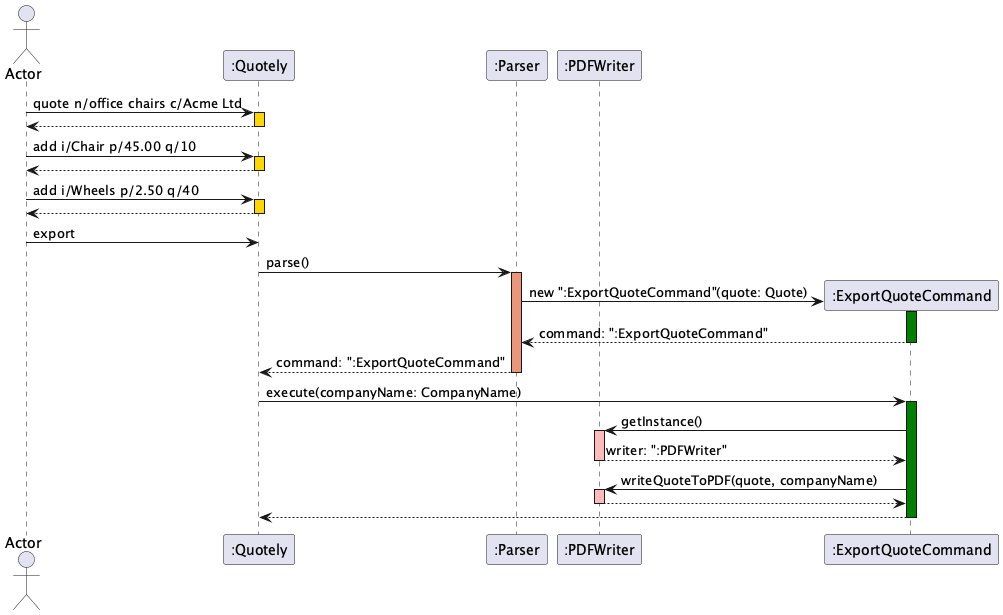
This is docs/src/ExportFeature.png from Tanjy55/tp, a PlantUML export, as it was before one commit.
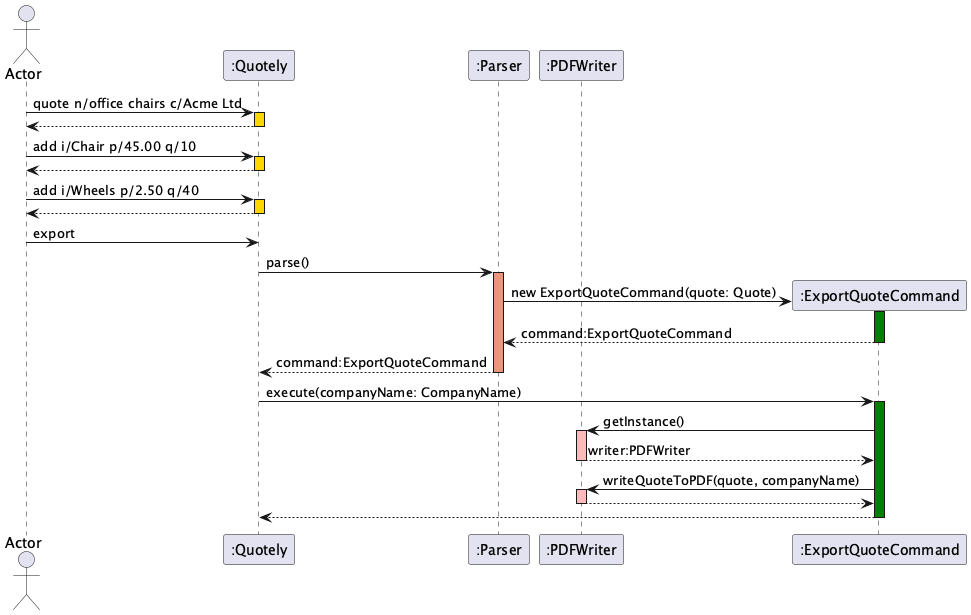
Above is the later version.

Change to the diagram source:
```diff
@@ -18,15 +18,15 @@
 
 ":Quotely" -> ":Parser" ++ #DarkSalmon: parse()
 
-":Parser" -> ":ExportQuoteCommand" **: new ":ExportQuoteCommand"(quote: Quote)
+":Parser" -> ":ExportQuoteCommand" **: new ExportQuoteCommand(quote: Quote)
 activate ":ExportQuoteCommand" #Green
-return command: ":ExportQuoteCommand"
+return command:ExportQuoteCommand
 
-return command: ":ExportQuoteCommand"
+return command:ExportQuoteCommand
 
 ":Quotely" -> ":ExportQuoteCommand" ++ #Green: execute(companyName: CompanyName)
 ":ExportQuoteCommand" -> ":PDFWriter" ++ #FFBBBB: getInstance()
-return writer: ":PDFWriter"
+return writer:PDFWriter
 
 ":ExportQuoteCommand" -> ":PDFWriter" ++ #FFBBBB: writeQuoteToPDF(quote, companyName)
 return
```
